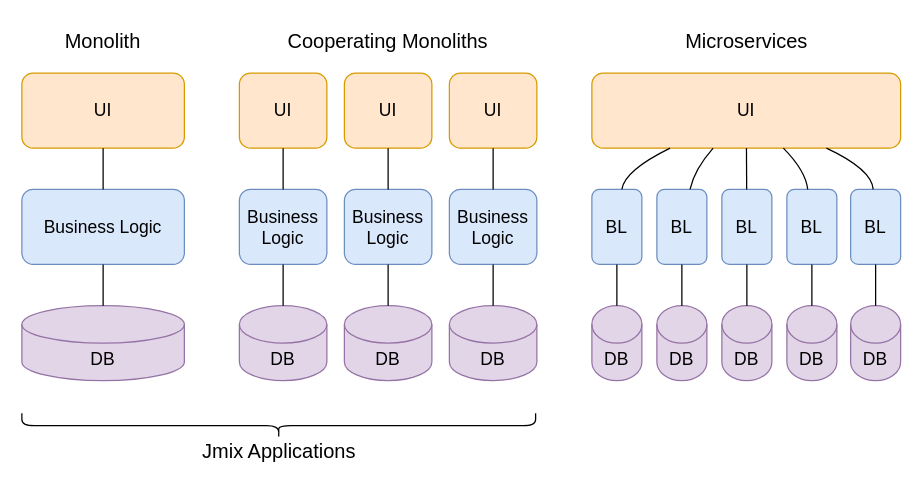
This is page "principles-full-stack-2" (2 of 14) of content/modules/concepts/diagrams/features.drawio from jmix-framework/jmix-docs, a draw.io file, before an edit. Source tidied: cells renumbered, new cells numbered last; positions are measured from the earlier drawing's top-left corner, leaving out a move shared by most shapes. Both pictures are drawn from the tidied source at 125%, with x=0, y=0 at pixel (21, 21).
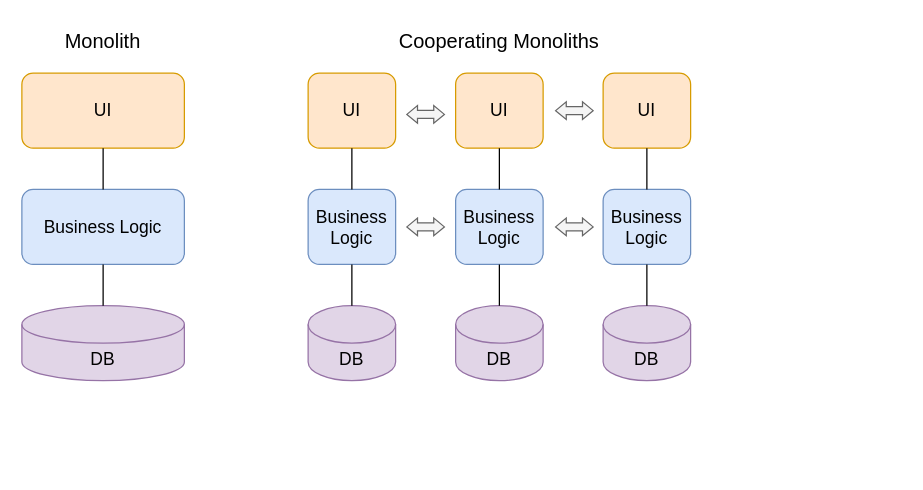
The same diagram, later.

Diff of the diagram source:
```diff
@@
     <mxCell id="7" value="Business Logic" style="whiteSpace=wrap;html=1;fontSize=14;rounded=1;fillColor=#dae8fc;strokeColor=#6c8ebf;" parent="1" vertex="1">
-      <mxGeometry x="174" y="134" width="70" height="60" as="geometry" />
+      <mxGeometry x="229" y="134" width="70" height="60" as="geometry" />
     </mxCell>
     <mxCell id="8" value="UI" style="rounded=1;whiteSpace=wrap;html=1;fontSize=14;fillColor=#ffe6cc;strokeColor=#d79b00;" parent="1" vertex="1">
-      <mxGeometry x="174" y="41" width="70" height="60" as="geometry" />
+      <mxGeometry x="229" y="41" width="70" height="60" as="geometry" />
     </mxCell>
@@
     <mxCell id="10" value="DB" style="shape=cylinder3;whiteSpace=wrap;html=1;boundedLbl=1;backgroundOutline=1;size=15;fontSize=14;fillColor=#e1d5e7;strokeColor=#9673a6;" parent="1" vertex="1">
-      <mxGeometry x="174" y="227" width="70" height="60" as="geometry" />
+      <mxGeometry x="229" y="227" width="70" height="60" as="geometry" />
     </mxCell>
@@
     <mxCell id="12" value="Business Logic" style="whiteSpace=wrap;html=1;fontSize=14;rounded=1;fillColor=#dae8fc;strokeColor=#6c8ebf;" parent="1" vertex="1">
-      <mxGeometry x="258" y="134" width="70" height="60" as="geometry" />
+      <mxGeometry x="347" y="134" width="70" height="60" as="geometry" />
     </mxCell>
     <mxCell id="13" value="UI" style="rounded=1;whiteSpace=wrap;html=1;fontSize=14;fillColor=#ffe6cc;strokeColor=#d79b00;" parent="1" vertex="1">
-      <mxGeometry x="258" y="41" width="70" height="60" as="geometry" />
+      <mxGeometry x="347" y="41" width="70" height="60" as="geometry" />
     </mxCell>
@@
     <mxCell id="15" value="DB" style="shape=cylinder3;whiteSpace=wrap;html=1;boundedLbl=1;backgroundOutline=1;size=15;fontSize=14;fillColor=#e1d5e7;strokeColor=#9673a6;" parent="1" vertex="1">
-      <mxGeometry x="258" y="227" width="70" height="60" as="geometry" />
+      <mxGeometry x="347" y="227" width="70" height="60" as="geometry" />
     </mxCell>
@@
     <mxCell id="17" value="Business Logic" style="whiteSpace=wrap;html=1;fontSize=14;rounded=1;fillColor=#dae8fc;strokeColor=#6c8ebf;" parent="1" vertex="1">
-      <mxGeometry x="342" y="134" width="70" height="60" as="geometry" />
+      <mxGeometry x="465" y="134" width="70" height="60" as="geometry" />
     </mxCell>
     <mxCell id="18" value="UI" style="rounded=1;whiteSpace=wrap;html=1;fontSize=14;fillColor=#ffe6cc;strokeColor=#d79b00;" parent="1" vertex="1">
-      <mxGeometry x="342" y="41" width="70" height="60" as="geometry" />
+      <mxGeometry x="465" y="41" width="70" height="60" as="geometry" />
     </mxCell>
@@
     <mxCell id="20" value="DB" style="shape=cylinder3;whiteSpace=wrap;html=1;boundedLbl=1;backgroundOutline=1;size=15;fontSize=14;fillColor=#e1d5e7;strokeColor=#9673a6;" parent="1" vertex="1">
-      <mxGeometry x="342" y="227" width="70" height="60" as="geometry" />
+      <mxGeometry x="465" y="227" width="70" height="60" as="geometry" />
     </mxCell>
@@
-    <mxCell id="22" value="BL" style="whiteSpace=wrap;html=1;fontSize=14;rounded=1;fillColor=#dae8fc;strokeColor=#6c8ebf;" parent="1" vertex="1">
-      <mxGeometry x="456" y="134" width="40" height="60" as="geometry" />
-    </mxCell>
-    <mxCell id="23" value="DB" style="shape=cylinder3;whiteSpace=wrap;html=1;boundedLbl=1;backgroundOutline=1;size=15;fontSize=14;fillColor=#e1d5e7;strokeColor=#9673a6;" parent="1" vertex="1">
-      <mxGeometry x="456" y="227" width="40" height="60" as="geometry" />
-    </mxCell>
-    <mxCell id="24" style="endArrow=none;html=1;rounded=0;fontSize=14;startSize=8;endSize=8;curved=1;" parent="1" edge="1" source="22" target="23">
-      <mxGeometry relative="1" as="geometry" />
-    </mxCell>
-    <mxCell id="25" value="BL" style="whiteSpace=wrap;html=1;fontSize=14;rounded=1;fillColor=#dae8fc;strokeColor=#6c8ebf;" parent="1" vertex="1">
-      <mxGeometry x="508" y="134" width="40" height="60" as="geometry" />
-    </mxCell>
-    <mxCell id="26" value="DB" style="shape=cylinder3;whiteSpace=wrap;html=1;boundedLbl=1;backgroundOutline=1;size=15;fontSize=14;fillColor=#e1d5e7;strokeColor=#9673a6;" parent="1" vertex="1">
-      <mxGeometry x="508" y="227" width="40" height="60" as="geometry" />
-    </mxCell>
-    <mxCell id="27" style="endArrow=none;html=1;rounded=0;fontSize=14;startSize=8;endSize=8;curved=1;" parent="1" edge="1" source="25" target="26">
-      <mxGeometry relative="1" as="geometry" />
-    </mxCell>
-    <mxCell id="28" value="BL" style="whiteSpace=wrap;html=1;fontSize=14;rounded=1;fillColor=#dae8fc;strokeColor=#6c8ebf;" parent="1" vertex="1">
-      <mxGeometry x="560" y="134" width="40" height="60" as="geometry" />
-    </mxCell>
-    <mxCell id="29" value="DB" style="shape=cylinder3;whiteSpace=wrap;html=1;boundedLbl=1;backgroundOutline=1;size=15;fontSize=14;fillColor=#e1d5e7;strokeColor=#9673a6;" parent="1" vertex="1">
-      <mxGeometry x="560" y="227" width="40" height="60" as="geometry" />
-    </mxCell>
-    <mxCell id="30" style="endArrow=none;html=1;rounded=0;fontSize=14;startSize=8;endSize=8;curved=1;" parent="1" edge="1" source="28" target="29">
-      <mxGeometry relative="1" as="geometry" />
-    </mxCell>
-    <mxCell id="31" value="BL" style="whiteSpace=wrap;html=1;fontSize=14;rounded=1;fillColor=#dae8fc;strokeColor=#6c8ebf;" parent="1" vertex="1">
-      <mxGeometry x="612" y="134" width="40" height="60" as="geometry" />
-    </mxCell>
-    <mxCell id="32" value="DB" style="shape=cylinder3;whiteSpace=wrap;html=1;boundedLbl=1;backgroundOutline=1;size=15;fontSize=14;fillColor=#e1d5e7;strokeColor=#9673a6;" parent="1" vertex="1">
-      <mxGeometry x="612" y="227" width="40" height="60" as="geometry" />
-    </mxCell>
-    <mxCell id="33" style="endArrow=none;html=1;rounded=0;fontSize=14;startSize=8;endSize=8;curved=1;" parent="1" edge="1" source="31" target="32">
-      <mxGeometry relative="1" as="geometry" />
-    </mxCell>
-    <mxCell id="34" value="BL" style="whiteSpace=wrap;html=1;fontSize=14;rounded=1;fillColor=#dae8fc;strokeColor=#6c8ebf;" parent="1" vertex="1">
-      <mxGeometry x="663" y="134" width="40" height="60" as="geometry" />
-    </mxCell>
-    <mxCell id="35" value="DB" style="shape=cylinder3;whiteSpace=wrap;html=1;boundedLbl=1;backgroundOutline=1;size=15;fontSize=14;fillColor=#e1d5e7;strokeColor=#9673a6;" parent="1" vertex="1">
-      <mxGeometry x="663" y="227" width="40" height="60" as="geometry" />
-    </mxCell>
-    <mxCell id="36" style="endArrow=none;html=1;rounded=0;fontSize=14;startSize=8;endSize=8;curved=1;" parent="1" edge="1" source="34" target="35">
-      <mxGeometry relative="1" as="geometry" />
-    </mxCell>
-    <mxCell id="37" value="UI" style="rounded=1;whiteSpace=wrap;html=1;fontSize=14;fillColor=#ffe6cc;strokeColor=#d79b00;" parent="1" vertex="1">
-      <mxGeometry x="456" y="41" width="247" height="60" as="geometry" />
-    </mxCell>
-    <mxCell id="38" style="endArrow=none;html=1;rounded=0;fontSize=12;startSize=8;endSize=8;curved=1;" parent="1" edge="1" source="22" target="37">
-      <mxGeometry relative="1" as="geometry">
-        <Array as="points">
-          <mxPoint x="482" y="119" />
-        </Array>
-      </mxGeometry>
-    </mxCell>
-    <mxCell id="39" style="endArrow=none;html=1;rounded=0;fontSize=12;startSize=8;endSize=8;curved=1;" parent="1" edge="1" source="37" target="25">
-      <mxGeometry relative="1" as="geometry">
-        <Array as="points">
-          <mxPoint x="538" y="118" />
-        </Array>
-      </mxGeometry>
-    </mxCell>
-    <mxCell id="40" style="endArrow=none;html=1;rounded=0;fontSize=12;startSize=8;endSize=8;curved=1;" parent="1" edge="1" source="37" target="28">
-      <mxGeometry relative="1" as="geometry" />
-    </mxCell>
-    <mxCell id="41" style="endArrow=none;html=1;rounded=0;fontSize=12;startSize=8;endSize=8;curved=1;" parent="1" edge="1" source="37" target="31">
-      <mxGeometry relative="1" as="geometry">
-        <Array as="points">
-          <mxPoint x="627" y="119" />
-        </Array>
-      </mxGeometry>
-    </mxCell>
-    <mxCell id="42" style="endArrow=none;html=1;rounded=0;fontSize=12;startSize=8;endSize=8;curved=1;" parent="1" edge="1" source="37" target="34">
-      <mxGeometry relative="1" as="geometry">
-        <Array as="points">
-          <mxPoint x="680" y="118" />
-        </Array>
-      </mxGeometry>
-    </mxCell>
@@
     <mxCell id="44" value="Cooperating Monoliths" style="text;html=1;strokeColor=none;fillColor=none;align=center;verticalAlign=middle;whiteSpace=wrap;rounded=0;fontSize=16;" parent="1" vertex="1">
-      <mxGeometry x="201.2" width="183.5" height="30" as="geometry" />
+      <mxGeometry x="290.2" width="183.5" height="30" as="geometry" />
     </mxCell>
-    <mxCell id="45" value="Microservices" style="text;html=1;strokeColor=none;fillColor=none;align=center;verticalAlign=middle;whiteSpace=wrap;rounded=0;fontSize=16;" parent="1" vertex="1">
-      <mxGeometry x="549.5" width="60" height="30" as="geometry" />
-    </mxCell>
-    <mxCell id="46" style="shape=curlyBracket;whiteSpace=wrap;html=1;rounded=1;labelPosition=left;verticalLabelPosition=middle;align=right;verticalAlign=middle;fontSize=16;direction=north;" parent="1" vertex="1">
-      <mxGeometry y="313" width="411" height="20" as="geometry" />
-    </mxCell>
-    <mxCell id="47" value="Jmix Applications" style="text;html=1;strokeColor=none;fillColor=none;align=center;verticalAlign=middle;whiteSpace=wrap;rounded=0;fontSize=16;" parent="1" vertex="1">
-      <mxGeometry x="134.8" y="328" width="141.5" height="30" as="geometry" />
-    </mxCell>
+    <mxCell id="48" style="shape=doubleArrow;whiteSpace=wrap;html=1;fontSize=16;arrowWidth=0.46666666666666856;arrowSize=0.283333333333335;fillColor=#f5f5f5;fontColor=#333333;strokeColor=#666666;" parent="1" vertex="1">
+      <mxGeometry x="308" y="67" width="30" height="14" as="geometry" />
+    </mxCell>
+    <mxCell id="49" style="shape=doubleArrow;whiteSpace=wrap;html=1;fontSize=16;arrowWidth=0.46666666666666856;arrowSize=0.283333333333335;fillColor=#f5f5f5;fontColor=#333333;strokeColor=#666666;" parent="1" vertex="1">
+      <mxGeometry x="308" y="157" width="30" height="14" as="geometry" />
+    </mxCell>
+    <mxCell id="50" style="shape=doubleArrow;whiteSpace=wrap;html=1;fontSize=16;arrowWidth=0.46666666666666856;arrowSize=0.283333333333335;fillColor=#f5f5f5;fontColor=#333333;strokeColor=#666666;" parent="1" vertex="1">
+      <mxGeometry x="427" y="157" width="30" height="14" as="geometry" />
+    </mxCell>
+    <mxCell id="51" style="shape=doubleArrow;whiteSpace=wrap;html=1;fontSize=16;arrowWidth=0.46666666666666856;arrowSize=0.283333333333335;fillColor=#f5f5f5;fontColor=#333333;strokeColor=#666666;" parent="1" vertex="1">
+      <mxGeometry x="427" y="64" width="30" height="14" as="geometry" />
+    </mxCell>
```
